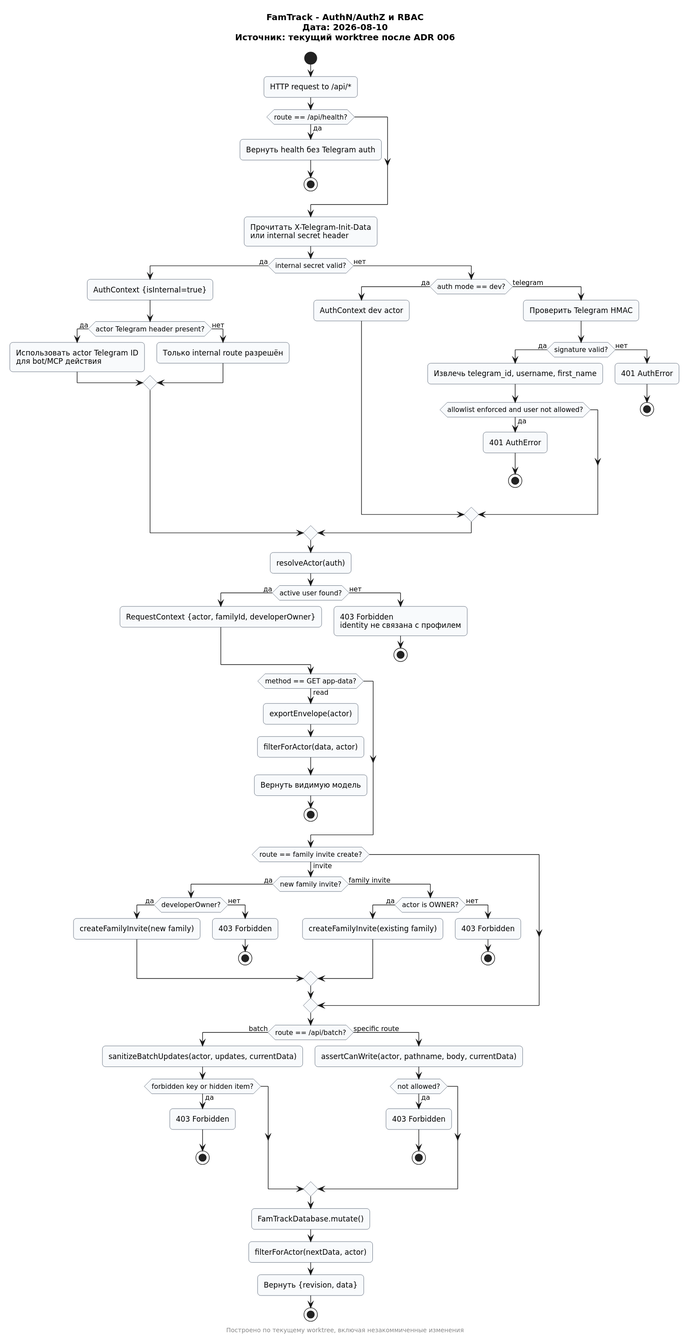
The PlantUML diagram docs/architecture/diagrams/security-rbac.svg in NaqpaniA/FamTrack, before a commit. Its diagram source:
```plantuml
@startuml
title
FamTrack - AuthN/AuthZ и RBAC
Дата: 2026-08-10
Источник: текущий worktree после ADR 006
end title
footer Построено по текущему worktree, включая незакоммиченные изменения

skinparam shadowing false
skinparam roundcorner 10
skinparam defaultFontName "DejaVu Sans"
skinparam activity {
  BackgroundColor #F8FAFC
  BorderColor #334155
}

start
:HTTP request to /api/*;

if (route == /api/health?) then (да)
  :Вернуть health без Telegram auth;
  stop
endif

:Прочитать X-Telegram-Init-Data\nили internal secret header;

if (internal secret valid?) then (да)
  :AuthContext {isInternal=true};
  if (actor Telegram header present?) then (да)
    :Использовать actor Telegram ID\nдля bot/MCP действия;
  else (нет)
    :Только internal route разрешён;
  endif
else (нет)
  if (auth mode == dev?) then (да)
    :AuthContext dev actor;
  else (telegram)
    :Проверить Telegram HMAC;
    if (signature valid?) then (да)
      :Извлечь telegram_id, username, first_name;
      if (allowlist enforced and user not allowed?) then (да)
        :401 AuthError;
        stop
      endif
    else (нет)
      :401 AuthError;
      stop
    endif
  endif
endif

:resolveActor(auth);
if (active user found?) then (да)
  :RequestContext {actor, familyId, developerOwner};
else (нет)
  :403 Forbidden\nidentity не связана с профилем;
  stop
endif

if (method == GET app-data?) then (read)
  :exportEnvelope(actor);
  :filterForActor(data, actor);
  :Вернуть видимую модель;
  stop
endif

if (route == family invite create?) then (invite)
  if (new family invite?) then (да)
    if (developerOwner?) then (да)
      :createFamilyInvite(new family);
    else (нет)
      :403 Forbidden;
      stop
    endif
  else (family invite)
    if (actor is OWNER?) then (да)
      :createFamilyInvite(existing family);
    else (нет)
      :403 Forbidden;
      stop
    endif
  endif
endif

if (route == /api/batch?) then (batch)
  :sanitizeBatchUpdates(actor, updates, currentData);
  if (forbidden key or hidden item?) then (да)
    :403 Forbidden;
    stop
  endif
else (specific route)
  :assertCanWrite(actor, pathname, body, currentData);
  if (not allowed?) then (да)
    :403 Forbidden;
    stop
  endif
endif

:FamTrackDatabase.mutate();
:filterForActor(nextData, actor);
:Вернуть {revision, data};
stop
@enduml
```
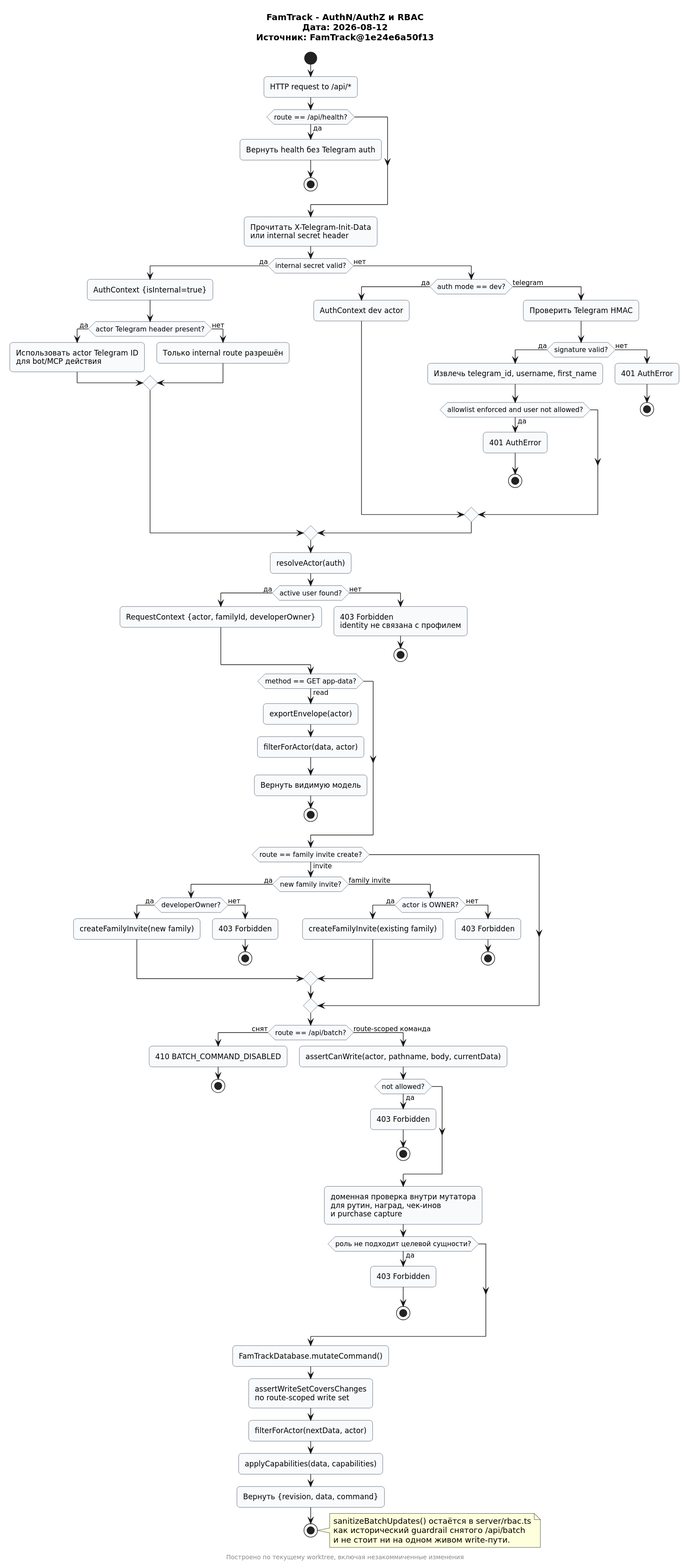
After the commit.

Diff of the diagram source:
```diff
@@ -1,8 +1,8 @@
 @startuml
 title
 FamTrack - AuthN/AuthZ и RBAC
-Дата: 2026-08-10
-Источник: текущий worktree после ADR 006
+Дата: 2026-08-12
+Источник: FamTrack@1e24e6a50f13
 end title
 footer Построено по текущему worktree, включая незакоммиченные изменения
 
@@ -82,22 +82,32 @@
   endif
 endif
 
-if (route == /api/batch?) then (batch)
-  :sanitizeBatchUpdates(actor, updates, currentData);
-  if (forbidden key or hidden item?) then (да)
-    :403 Forbidden;
-    stop
-  endif
-else (specific route)
+if (route == /api/batch?) then (снят)
+  :410 BATCH_COMMAND_DISABLED;
+  stop
+else (route-scoped команда)
   :assertCanWrite(actor, pathname, body, currentData);
   if (not allowed?) then (да)
     :403 Forbidden;
     stop
   endif
+  :доменная проверка внутри мутатора\nдля рутин, наград, чек-инов\nи purchase capture;
+  if (роль не подходит целевой сущности?) then (да)
+    :403 Forbidden;
+    stop
+  endif
 endif
 
-:FamTrackDatabase.mutate();
+:FamTrackDatabase.mutateCommand();
+:assertWriteSetCoversChanges\nпо route-scoped write set;
 :filterForActor(nextData, actor);
-:Вернуть {revision, data};
+:applyCapabilities(data, capabilities);
+:Вернуть {revision, data, command};
 stop
+
+note right
+sanitizeBatchUpdates() остаётся в server/rbac.ts
+как исторический guardrail снятого /api/batch
+и не стоит ни на одном живом write-пути.
+end note
 @enduml
```
